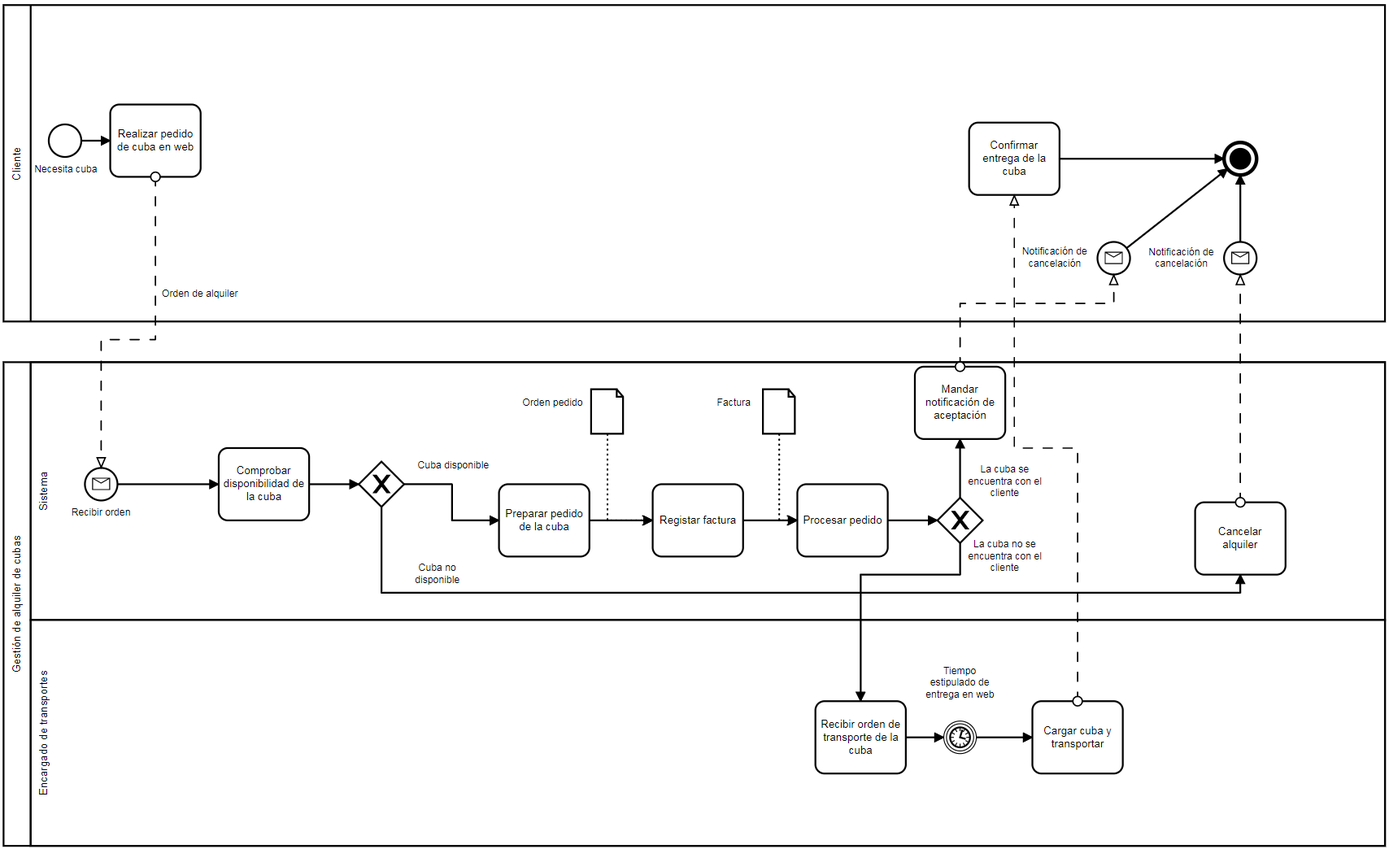
Above: diagramas/diagramas a implantar/diagramaAlquilerCubas.PNG in felipescalera/Proyecto-IR (BPMN), before the change. Its source is kept beside it as diagramas/diagramas a implantar/diagramaAlquilerCubas.bpmn. Ids are renumbered.
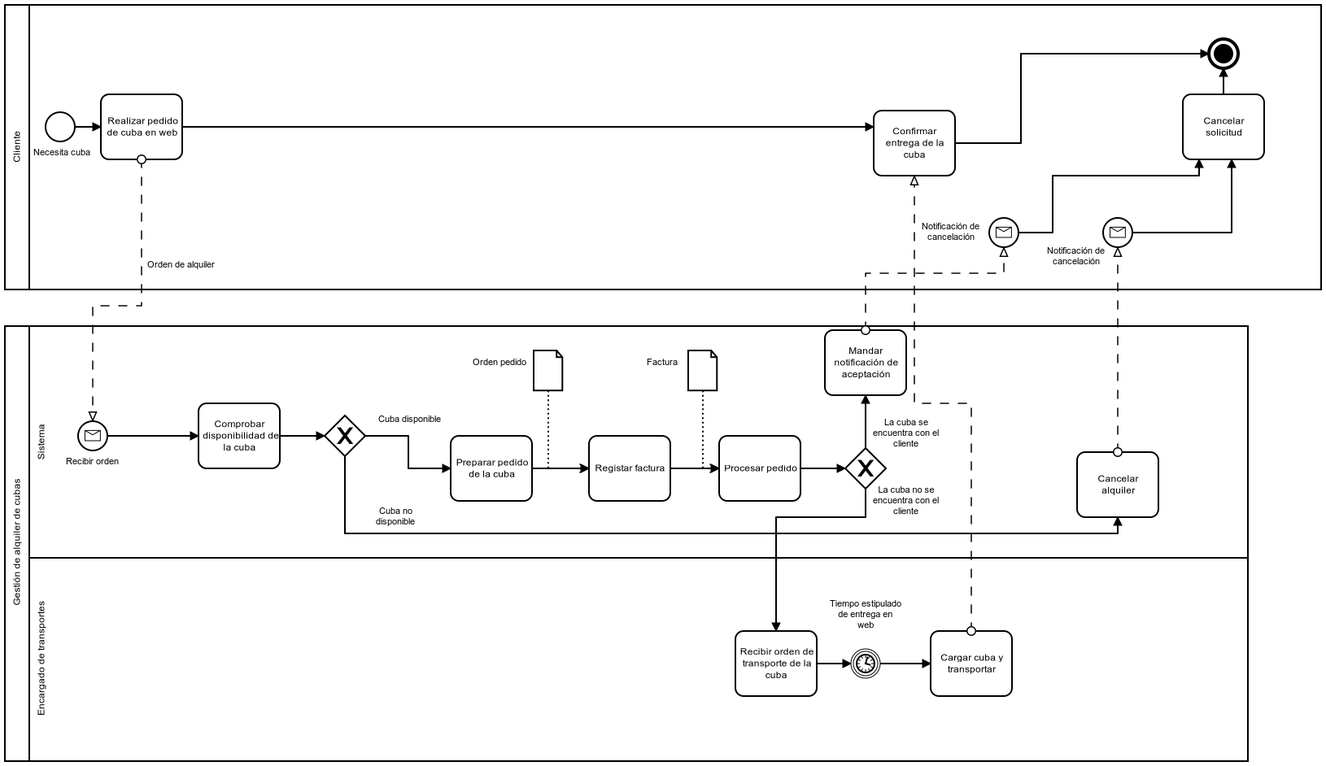
Later version of the same file.

Change to the diagram source:
```diff
@@ -106,20 +106,16 @@
     </bpmn:startEvent>
     <bpmn:task id="Activity_n8" name="Realizar pedido de cuba en web">
       <bpmn:incoming>Flow_n52</bpmn:incoming>
+      <bpmn:outgoing>Flow_n60</bpmn:outgoing>
     </bpmn:task>
     <bpmn:sequenceFlow id="Flow_n52" sourceRef="StartEvent_n51" targetRef="Activity_n8" />
     <bpmn:task id="Activity_n12" name="Confirmar entrega de la cuba">
+      <bpmn:incoming>Flow_n60</bpmn:incoming>
       <bpmn:outgoing>Flow_n53</bpmn:outgoing>
     </bpmn:task>
     <bpmn:sequenceFlow id="Flow_n53" sourceRef="Activity_n12" targetRef="Event_n54" />
-    <bpmn:endEvent id="Event_n54">
-      <bpmn:incoming>Flow_n53</bpmn:incoming>
-      <bpmn:incoming>Flow_n55</bpmn:incoming>
-      <bpmn:incoming>Flow_n56</bpmn:incoming>
-      <bpmn:terminateEventDefinition id="TerminateEventDefinition_n57" />
-    </bpmn:endEvent>
-    <bpmn:sequenceFlow id="Flow_n55" sourceRef="Event_n15" targetRef="Event_n54" />
-    <bpmn:sequenceFlow id="Flow_n56" sourceRef="Event_n18" targetRef="Event_n54" />
+    <bpmn:sequenceFlow id="Flow_n55" sourceRef="Event_n15" targetRef="Activity_n61" />
+    <bpmn:sequenceFlow id="Flow_n56" sourceRef="Event_n18" targetRef="Activity_n61" />
     <bpmn:startEvent id="Event_n15" name="Notificación de cancelación">
       <bpmn:outgoing>Flow_n55</bpmn:outgoing>
       <bpmn:messageEventDefinition id="MessageEventDefinition_n58" />
@@ -128,6 +124,18 @@
       <bpmn:outgoing>Flow_n56</bpmn:outgoing>
       <bpmn:messageEventDefinition id="MessageEventDefinition_n59" />
     </bpmn:startEvent>
+    <bpmn:sequenceFlow id="Flow_n60" sourceRef="Activity_n8" targetRef="Activity_n12" />
+    <bpmn:task id="Activity_n61" name="Cancelar solicitud">
+      <bpmn:incoming>Flow_n55</bpmn:incoming>
+      <bpmn:incoming>Flow_n56</bpmn:incoming>
+      <bpmn:outgoing>Flow_n62</bpmn:outgoing>
+    </bpmn:task>
+    <bpmn:endEvent id="Event_n54">
+      <bpmn:incoming>Flow_n53</bpmn:incoming>
+      <bpmn:incoming>Flow_n62</bpmn:incoming>
+      <bpmn:terminateEventDefinition id="TerminateEventDefinition_n57" />
+    </bpmn:endEvent>
+    <bpmn:sequenceFlow id="Flow_n62" sourceRef="Activity_n61" targetRef="Event_n54" />
   </bpmn:process>
   <bpmndi:BPMNDiagram id="BPMNDiagram_1">
     <bpmndi:BPMNPlane id="BPMNPlane_1" bpmnElement="Collaboration_n2">
@@ -140,13 +148,50 @@
       <bpmndi:BPMNShape id="Lane_n20_di" bpmnElement="Lane_n20" isHorizontal="true">
         <dc:Bounds x="182" y="475" width="1498" height="285" />
       </bpmndi:BPMNShape>
-      <bpmndi:BPMNEdge id="Flow_n30_di" bpmnElement="Flow_n30">
-        <di:waypoint x="278" y="610" />
-        <di:waypoint x="390" y="610" />
+      <bpmndi:BPMNEdge id="Flow_n44_di" bpmnElement="Flow_n44">
+        <di:waypoint x="1210" y="675" />
+        <di:waypoint x="1210" y="710" />
+        <di:waypoint x="1100" y="710" />
+        <di:waypoint x="1100" y="850" />
+        <bpmndi:BPMNLabel>
+          <dc:Bounds x="1219" y="670" width="82" height="40" />
+        </bpmndi:BPMNLabel>
       </bpmndi:BPMNEdge>
-      <bpmndi:BPMNEdge id="Flow_n32_di" bpmnElement="Flow_n32">
-        <di:waypoint x="490" y="610" />
-        <di:waypoint x="545" y="610" />
+      <bpmndi:BPMNEdge id="Flow_n46_di" bpmnElement="Flow_n46">
+        <di:waypoint x="1210" y="625" />
+        <di:waypoint x="1210" y="560" />
+        <bpmndi:BPMNLabel>
+          <dc:Bounds x="1219" y="587" width="82" height="40" />
+        </bpmndi:BPMNLabel>
+      </bpmndi:BPMNEdge>
+      <bpmndi:BPMNEdge id="Flow_n39_di" bpmnElement="Flow_n39">
+        <di:waypoint x="1130" y="650" />
+        <di:waypoint x="1185" y="650" />
+      </bpmndi:BPMNEdge>
+      <bpmndi:BPMNEdge id="Flow_n34_di" bpmnElement="Flow_n34">
+        <di:waypoint x="570" y="635" />
+        <di:waypoint x="570" y="730" />
+        <di:waypoint x="1520" y="730" />
+        <di:waypoint x="1520" y="710" />
+        <bpmndi:BPMNLabel>
+          <dc:Bounds x="607" y="696" width="51" height="27" />
+        </bpmndi:BPMNLabel>
+      </bpmndi:BPMNEdge>
+      <bpmndi:BPMNEdge id="Flow_n38_di" bpmnElement="Flow_n38">
+        <di:waypoint x="1228" y="890" />
+        <di:waypoint x="1290" y="890" />
+      </bpmndi:BPMNEdge>
+      <bpmndi:BPMNEdge id="Flow_n37_di" bpmnElement="Flow_n37">
+        <di:waypoint x="1150" y="890" />
+        <di:waypoint x="1192" y="890" />
+      </bpmndi:BPMNEdge>
+      <bpmndi:BPMNEdge id="Flow_n36_di" bpmnElement="Flow_n36">
+        <di:waypoint x="970" y="650" />
+        <di:waypoint x="1030" y="650" />
+      </bpmndi:BPMNEdge>
+      <bpmndi:BPMNEdge id="Flow_n35_di" bpmnElement="Flow_n35">
+        <di:waypoint x="800" y="650" />
+        <di:waypoint x="870" y="650" />
       </bpmndi:BPMNEdge>
       <bpmndi:BPMNEdge id="Flow_n33_di" bpmnElement="Flow_n33">
         <di:waypoint x="595" y="610" />
@@ -157,50 +202,13 @@
           <dc:Bounds x="610" y="583" width="80" height="14" />
         </bpmndi:BPMNLabel>
       </bpmndi:BPMNEdge>
-      <bpmndi:BPMNEdge id="Flow_n35_di" bpmnElement="Flow_n35">
-        <di:waypoint x="800" y="650" />
-        <di:waypoint x="870" y="650" />
+      <bpmndi:BPMNEdge id="Flow_n32_di" bpmnElement="Flow_n32">
+        <di:waypoint x="490" y="610" />
+        <di:waypoint x="545" y="610" />
       </bpmndi:BPMNEdge>
-      <bpmndi:BPMNEdge id="Flow_n36_di" bpmnElement="Flow_n36">
-        <di:waypoint x="970" y="650" />
-        <di:waypoint x="1030" y="650" />
-      </bpmndi:BPMNEdge>
-      <bpmndi:BPMNEdge id="Flow_n37_di" bpmnElement="Flow_n37">
-        <di:waypoint x="1150" y="890" />
-        <di:waypoint x="1192" y="890" />
-      </bpmndi:BPMNEdge>
-      <bpmndi:BPMNEdge id="Flow_n38_di" bpmnElement="Flow_n38">
-        <di:waypoint x="1228" y="890" />
-        <di:waypoint x="1290" y="890" />
-      </bpmndi:BPMNEdge>
-      <bpmndi:BPMNEdge id="Flow_n34_di" bpmnElement="Flow_n34">
-        <di:waypoint x="570" y="635" />
-        <di:waypoint x="570" y="730" />
-        <di:waypoint x="1520" y="730" />
-        <di:waypoint x="1520" y="710" />
-        <bpmndi:BPMNLabel>
-          <dc:Bounds x="607" y="696" width="51" height="27" />
-        </bpmndi:BPMNLabel>
-      </bpmndi:BPMNEdge>
-      <bpmndi:BPMNEdge id="Flow_n39_di" bpmnElement="Flow_n39">
-        <di:waypoint x="1130" y="650" />
-        <di:waypoint x="1185" y="650" />
-      </bpmndi:BPMNEdge>
-      <bpmndi:BPMNEdge id="Flow_n46_di" bpmnElement="Flow_n46">
-        <di:waypoint x="1210" y="625" />
-        <di:waypoint x="1210" y="560" />
-        <bpmndi:BPMNLabel>
-          <dc:Bounds x="1219" y="587" width="82" height="40" />
-        </bpmndi:BPMNLabel>
-      </bpmndi:BPMNEdge>
-      <bpmndi:BPMNEdge id="Flow_n44_di" bpmnElement="Flow_n44">
-        <di:waypoint x="1210" y="675" />
-        <di:waypoint x="1210" y="710" />
-        <di:waypoint x="1100" y="710" />
-        <di:waypoint x="1100" y="850" />
-        <bpmndi:BPMNLabel>
-          <dc:Bounds x="1219" y="670" width="82" height="40" />
-        </bpmndi:BPMNLabel>
+      <bpmndi:BPMNEdge id="Flow_n30_di" bpmnElement="Flow_n30">
+        <di:waypoint x="278" y="610" />
+        <di:waypoint x="390" y="610" />
       </bpmndi:BPMNEdge>
       <bpmndi:BPMNShape id="Event_1jqm917_di" bpmnElement="Event_n9">
         <dc:Bounds x="242" y="592" width="36" height="36" />
@@ -257,23 +265,37 @@
         <dc:Bounds x="1030" y="610" width="100" height="80" />
       </bpmndi:BPMNShape>
       <bpmndi:BPMNShape id="Participant_n5_di" bpmnElement="Participant_n5" isHorizontal="true">
-        <dc:Bounds x="152" y="80" width="1528" height="350" />
+        <dc:Bounds x="152" y="80" width="1618" height="350" />
       </bpmndi:BPMNShape>
+      <bpmndi:BPMNEdge id="Flow_n56_di" bpmnElement="Flow_n56">
+        <di:waypoint x="1398" y="360" />
+        <di:waypoint x="1440" y="360" />
+        <di:waypoint x="1440" y="290" />
+        <di:waypoint x="1620" y="290" />
+        <di:waypoint x="1620" y="270" />
+      </bpmndi:BPMNEdge>
+      <bpmndi:BPMNEdge id="Flow_n55_di" bpmnElement="Flow_n55">
+        <di:waypoint x="1538" y="360" />
+        <di:waypoint x="1660" y="360" />
+        <di:waypoint x="1660" y="270" />
+      </bpmndi:BPMNEdge>
+      <bpmndi:BPMNEdge id="Flow_n53_di" bpmnElement="Flow_n53">
+        <di:waypoint x="1320" y="250" />
+        <di:waypoint x="1401" y="250" />
+        <di:waypoint x="1401" y="140" />
+        <di:waypoint x="1632" y="140" />
+      </bpmndi:BPMNEdge>
       <bpmndi:BPMNEdge id="Flow_n52_di" bpmnElement="Flow_n52">
         <di:waypoint x="238" y="230" />
         <di:waypoint x="270" y="230" />
       </bpmndi:BPMNEdge>
-      <bpmndi:BPMNEdge id="Flow_n53_di" bpmnElement="Flow_n53">
-        <di:waypoint x="1320" y="250" />
-        <di:waypoint x="1502" y="250" />
+      <bpmndi:BPMNEdge id="Flow_n60_di" bpmnElement="Flow_n60">
+        <di:waypoint x="370" y="230" />
+        <di:waypoint x="1220" y="230" />
       </bpmndi:BPMNEdge>
-      <bpmndi:BPMNEdge id="Flow_n55_di" bpmnElement="Flow_n55">
-        <di:waypoint x="1520" y="342" />
-        <di:waypoint x="1520" y="268" />
-      </bpmndi:BPMNEdge>
-      <bpmndi:BPMNEdge id="Flow_n56_di" bpmnElement="Flow_n56">
-        <di:waypoint x="1394" y="349" />
-        <di:waypoint x="1506" y="261" />
+      <bpmndi:BPMNEdge id="Flow_n62_di" bpmnElement="Flow_n62">
+        <di:waypoint x="1650" y="190" />
+        <di:waypoint x="1650" y="158" />
       </bpmndi:BPMNEdge>
       <bpmndi:BPMNShape id="_BPMNShape_StartEvent_2" bpmnElement="StartEvent_n51">
         <dc:Bounds x="202" y="212" width="36" height="36" />
@@ -287,13 +309,10 @@
       <bpmndi:BPMNShape id="Activity_n12_di" bpmnElement="Activity_n12">
         <dc:Bounds x="1220" y="210" width="100" height="80" />
       </bpmndi:BPMNShape>
-      <bpmndi:BPMNShape id="Event_11aibpy_di" bpmnElement="Event_n54">
-        <dc:Bounds x="1502" y="232" width="36" height="36" />
-      </bpmndi:BPMNShape>
       <bpmndi:BPMNShape id="Event_0cx2ojm_di" bpmnElement="Event_n15">
         <dc:Bounds x="1502" y="342" width="36" height="36" />
         <bpmndi:BPMNLabel>
-          <dc:Bounds x="1418.5" y="346.5" width="73" height="27" />
+          <dc:Bounds x="1433" y="376" width="73" height="27" />
         </bpmndi:BPMNLabel>
       </bpmndi:BPMNShape>
       <bpmndi:BPMNShape id="Event_n18_di" bpmnElement="Event_n18">
@@ -302,15 +321,12 @@
           <dc:Bounds x="1278.5" y="346" width="73" height="27" />
         </bpmndi:BPMNLabel>
       </bpmndi:BPMNShape>
-      <bpmndi:BPMNEdge id="Flow_n7_di" bpmnElement="Flow_n7">
-        <di:waypoint x="320" y="270" />
-        <di:waypoint x="320" y="450" />
-        <di:waypoint x="260" y="450" />
-        <di:waypoint x="260" y="592" />
-        <bpmndi:BPMNLabel>
-          <dc:Bounds x="327" y="393" width="86" height="14" />
-        </bpmndi:BPMNLabel>
-      </bpmndi:BPMNEdge>
+      <bpmndi:BPMNShape id="Activity_n61_di" bpmnElement="Activity_n61">
+        <dc:Bounds x="1600" y="190" width="100" height="80" />
+      </bpmndi:BPMNShape>
+      <bpmndi:BPMNShape id="Event_11aibpy_di" bpmnElement="Event_n54">
+        <dc:Bounds x="1632" y="122" width="36" height="36" />
+      </bpmndi:BPMNShape>
       <bpmndi:BPMNEdge id="DataInputAssociation_n48_di" bpmnElement="DataInputAssociation_n48">
         <di:waypoint x="820" y="555" />
         <di:waypoint x="820" y="650" />
@@ -320,6 +336,15 @@
         <di:waypoint x="1010" y="555" />
         <di:waypoint x="1010" y="650" />
         <di:waypoint x="1030" y="650" />
+      </bpmndi:BPMNEdge>
+      <bpmndi:BPMNEdge id="Flow_n7_di" bpmnElement="Flow_n7">
+        <di:waypoint x="320" y="270" />
+        <di:waypoint x="320" y="450" />
+        <di:waypoint x="260" y="450" />
+        <di:waypoint x="260" y="592" />
+        <bpmndi:BPMNLabel>
+          <dc:Bounds x="327" y="393" width="86" height="14" />
+        </bpmndi:BPMNLabel>
       </bpmndi:BPMNEdge>
       <bpmndi:BPMNEdge id="Flow_n10_di" bpmnElement="Flow_n10">
         <di:waypoint x="1340" y="850" />
```
